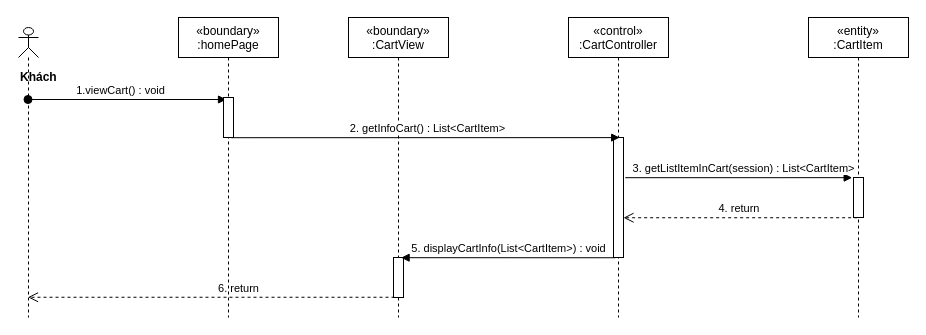
This is sequence diagram/view-cart-sequence.drawio from nguyenphamvan/datn_20202, a draw.io file, before an edit. Source tidied: cells renumbered, new cells numbered last; positions are measured from the earlier drawing's top-left corner, leaving out a move shared by most shapes. Both pictures are drawn from the tidied source at 100%, with x=0, y=0 at pixel (18, 17).
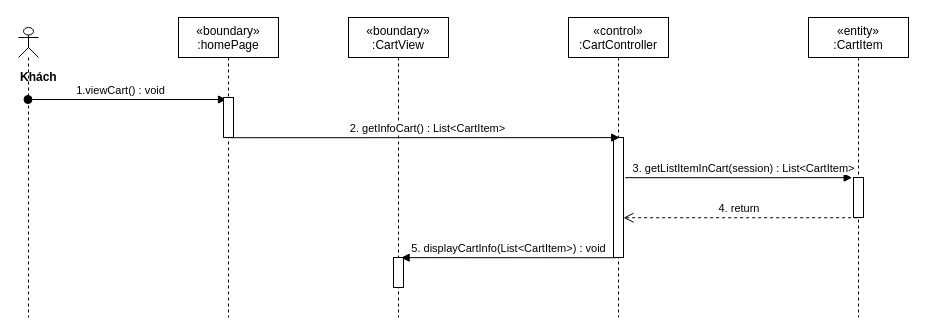
The same page after the edit.

The edit, as a diff of the source:
```diff
@@
 <mxGraphModel>
   <root>
     <mxCell id="0" />
     <mxCell id="1" parent="0" />
     <mxCell id="2" value="«boundary»&#10;:CartView" style="shape=umlLifeline;perimeter=lifelinePerimeter;rounded=0;shadow=0;strokeWidth=1;" parent="1" vertex="1">
       <mxGeometry x="330" width="100" height="300" as="geometry" />
     </mxCell>
     <mxCell id="3" style="points=[];perimeter=orthogonalPerimeter;rounded=0;shadow=0;strokeWidth=1;" parent="2" vertex="1">
-      <mxGeometry x="45" y="240" width="10" height="40" as="geometry" />
+      <mxGeometry x="45" y="240" width="10" height="30" as="geometry" />
     </mxCell>
     <mxCell id="4" value="«control»&#10;:CartController" style="shape=umlLifeline;perimeter=lifelinePerimeter;rounded=0;shadow=0;strokeWidth=1;" parent="1" vertex="1">
       <mxGeometry x="550" width="100" height="300" as="geometry" />
     </mxCell>
     <mxCell id="5" style="points=[];perimeter=orthogonalPerimeter;rounded=0;shadow=0;strokeWidth=1;" parent="4" vertex="1">
       <mxGeometry x="45" y="120" width="10" height="120" as="geometry" />
     </mxCell>
     <mxCell id="6" value="&lt;div&gt;&lt;b&gt;Khách&lt;/b&gt;&lt;/div&gt;" style="shape=umlLifeline;participant=umlActor;perimeter=lifelinePerimeter;whiteSpace=wrap;html=1;verticalAlign=top;spacingTop=36;outlineConnect=0;align=left;size=30;" parent="1" vertex="1">
       <mxGeometry y="10" width="20" height="290" as="geometry" />
     </mxCell>
     <mxCell id="7" value="1.viewCart() : void" style="verticalAlign=bottom;startArrow=oval;endArrow=block;startSize=8;shadow=0;strokeWidth=1;entryX=0.3;entryY=0.05;entryDx=0;entryDy=0;entryPerimeter=0;" parent="1" edge="1" source="6" target="15">
       <mxGeometry x="-0.06" relative="1" as="geometry" />
     </mxCell>
     <mxCell id="8" value="2. getInfoCart() : List&amp;lt;CartItem&amp;gt;" style="html=1;verticalAlign=bottom;endArrow=block;entryX=0.617;entryY=0.001;entryDx=0;entryDy=0;entryPerimeter=0;exitX=0.78;exitY=1.005;exitDx=0;exitDy=0;exitPerimeter=0;" parent="1" edge="1" source="15" target="5">
       <mxGeometry x="0.01" relative="1" as="geometry" />
     </mxCell>
     <mxCell id="9" value="«entity»&#10;:CartItem" style="shape=umlLifeline;perimeter=lifelinePerimeter;rounded=0;shadow=0;strokeWidth=1;" parent="1" vertex="1">
       <mxGeometry x="790" width="100" height="300" as="geometry" />
     </mxCell>
     <mxCell id="10" style="points=[];perimeter=orthogonalPerimeter;rounded=0;shadow=0;strokeWidth=1;" parent="9" vertex="1">
       <mxGeometry x="45" y="160" width="10" height="40" as="geometry" />
     </mxCell>
     <mxCell id="11" value="3. getListItemInCart(session) : List&amp;lt;CartItem&amp;gt;" style="html=1;verticalAlign=bottom;endArrow=block;entryX=-0.133;entryY=0.004;entryDx=0;entryDy=0;entryPerimeter=0;exitX=1.18;exitY=0.335;exitDx=0;exitDy=0;exitPerimeter=0;" parent="1" edge="1" source="5" target="10">
       <mxGeometry x="0.04" relative="1" as="geometry" />
     </mxCell>
     <mxCell id="12" value="4. return&amp;nbsp;" style="html=1;verticalAlign=bottom;endArrow=open;dashed=1;endSize=8;exitX=0.367;exitY=1.006;exitDx=0;exitDy=0;exitPerimeter=0;" parent="1" edge="1" source="10" target="5">
       <mxGeometry relative="1" as="geometry" />
     </mxCell>
-    <mxCell id="13" value="6. return" style="html=1;verticalAlign=bottom;endArrow=open;dashed=1;endSize=8;exitX=0.1;exitY=0.994;exitDx=0;exitDy=0;exitPerimeter=0;" parent="1" edge="1" source="3" target="6">
-      <mxGeometry x="-0.15" relative="1" as="geometry" />
-    </mxCell>
     <mxCell id="14" value="«boundary»&#10;:homePage" style="shape=umlLifeline;perimeter=lifelinePerimeter;rounded=0;shadow=0;strokeWidth=1;" parent="1" vertex="1">
       <mxGeometry x="160" width="100" height="300" as="geometry" />
     </mxCell>
     <mxCell id="15" style="points=[];perimeter=orthogonalPerimeter;rounded=0;shadow=0;strokeWidth=1;" parent="14" vertex="1">
       <mxGeometry x="45" y="80" width="10" height="40" as="geometry" />
     </mxCell>
     <mxCell id="16" value="5. displayCartInfo(List&amp;lt;CartItem&amp;gt;) : void" style="html=1;verticalAlign=bottom;endArrow=block;exitX=0.18;exitY=1.002;exitDx=0;exitDy=0;exitPerimeter=0;entryX=0.76;entryY=0.005;entryDx=0;entryDy=0;entryPerimeter=0;" parent="1" edge="1" source="5" target="3">
       <mxGeometry relative="1" as="geometry" />
     </mxCell>
   </root>
 </mxGraphModel>
```
